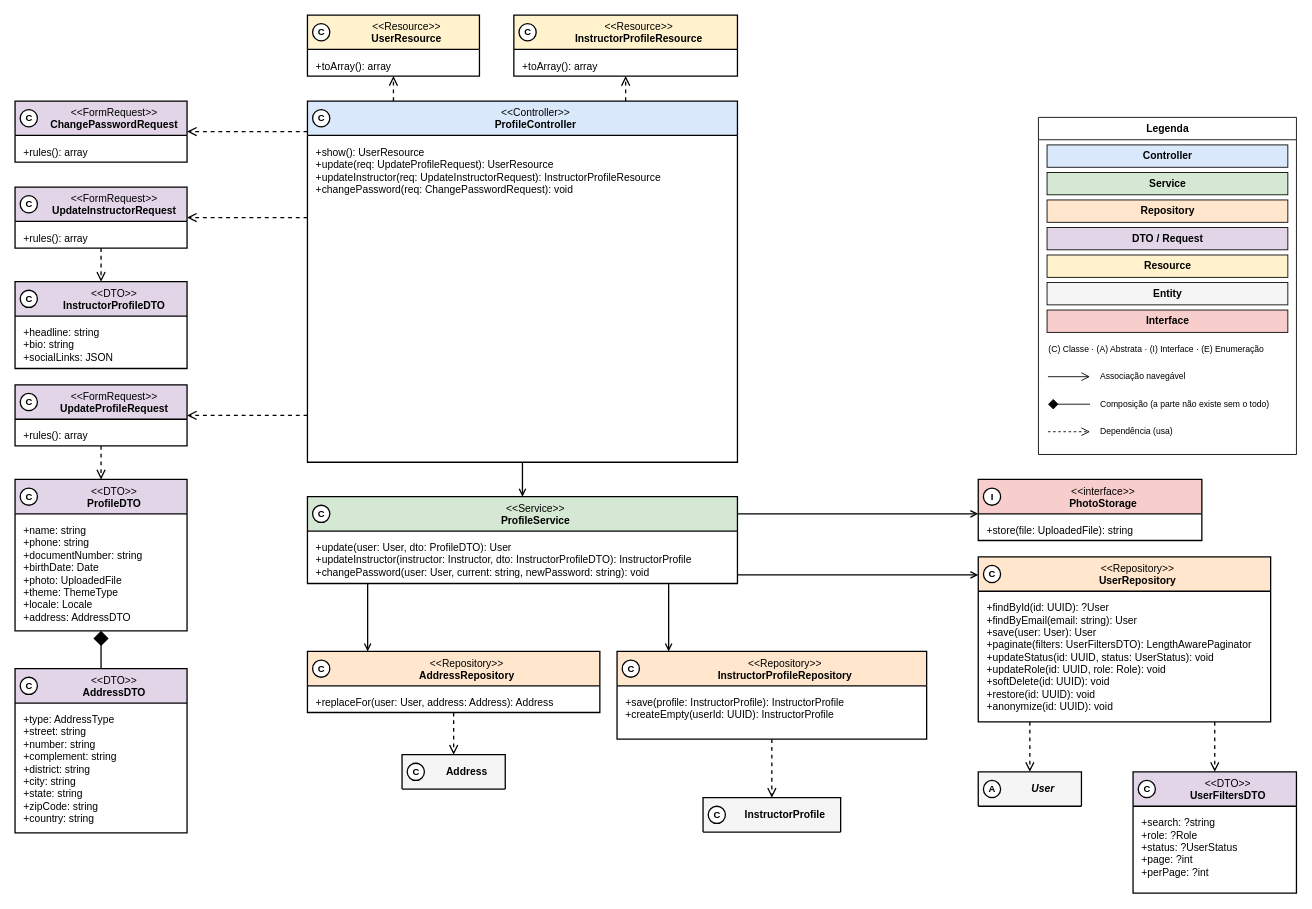
Above: especificacao/diagramas/13-classes-area-a-implementacao-perfil.drawio in Plataforma-de-Cursos-TCC/plataforma-cursos-docs (draw.io), before the change. Source tidied: cells renumbered, new cells numbered last; positions are measured from the earlier drawing's top-left corner, leaving out a move shared by most shapes. Both pictures are drawn from the tidied source at 86%, with x=0, y=0 at pixel (15, 15).
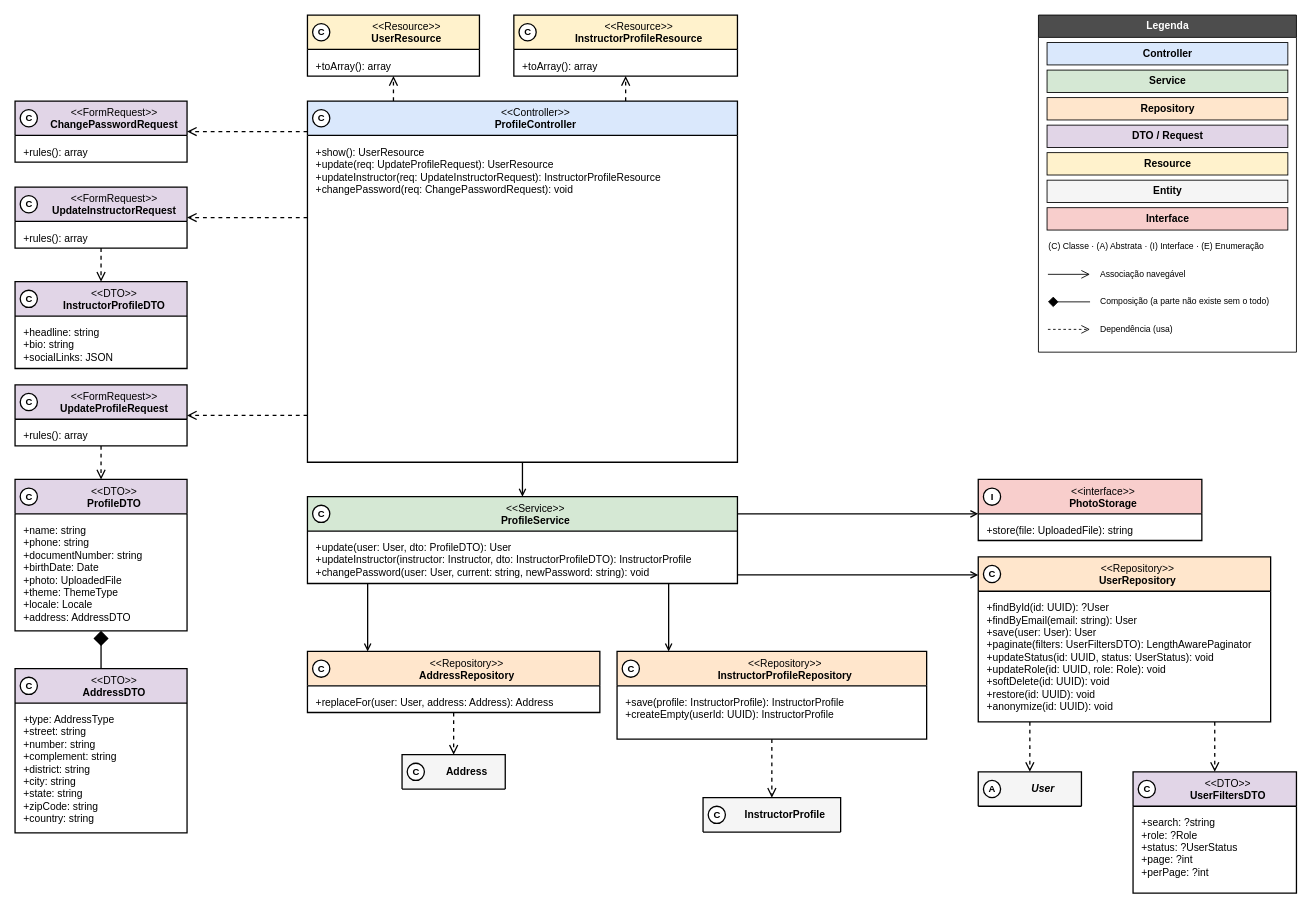
Above is the later version.

What changed in the source:
```diff
@@
-    <mxCell id="70" value="Legenda" style="swimlane;html=1;rounded=0;startSize=26;fontStyle=1;fillColor=#FFFFFF;swimlaneFillColor=#FFFFFF;strokeColor=#000000;" parent="1" vertex="1">
-      <mxGeometry x="1190" y="119" width="300" height="392" as="geometry" />
+    <mxCell id="70" value="Legenda" style="swimlane;html=1;rounded=0;startSize=26;fontStyle=1;fillColor=#4D4D4D;fontColor=#FFFFFF;swimlaneFillColor=#FFFFFF;strokeColor=#000000;" parent="1" vertex="1">
+      <mxGeometry x="1190" width="300" height="392" as="geometry" />
     </mxCell>
```
